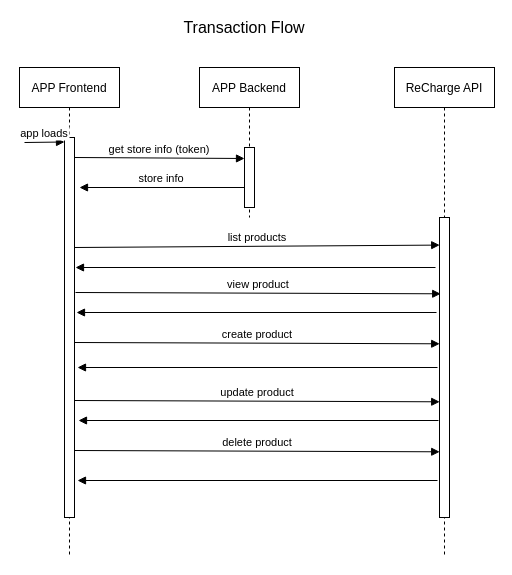
Earlier version of the draw.io diagram PIM Transaction Flow.drawio (alexrsunrise/diagrams). Source tidied: cells renumbered, new cells numbered last; positions are measured from the earlier drawing's top-left corner, leaving out a move shared by most shapes. Both pictures are drawn from the tidied source at 100%, with x=0, y=0 at pixel (19, 17).
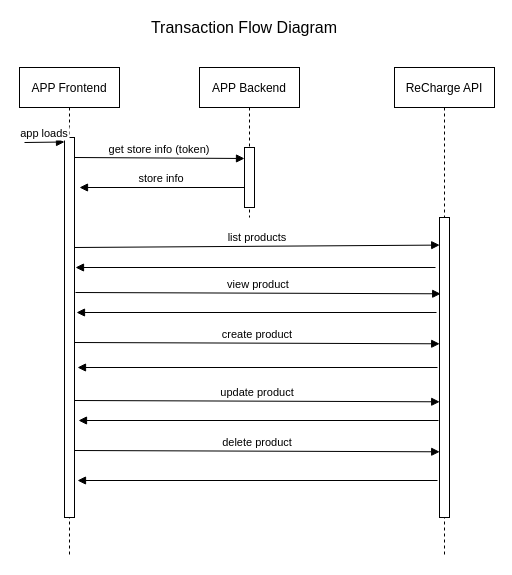
The same page after the edit.

Diff of the diagram source:
```diff
@@
-    <mxCell id="8" value="&lt;font style=&quot;font-size: 16px&quot;&gt;Transaction Flow&lt;/font&gt;" style="text;html=1;strokeColor=none;fillColor=none;align=center;verticalAlign=middle;whiteSpace=wrap;rounded=0;" parent="1" vertex="1">
+    <mxCell id="8" value="&lt;font style=&quot;font-size: 16px&quot;&gt;Transaction Flow Diagram&lt;/font&gt;" style="text;html=1;strokeColor=none;fillColor=none;align=center;verticalAlign=middle;whiteSpace=wrap;rounded=0;" parent="1" vertex="1">
       <mxGeometry x="115" width="220" height="20" as="geometry" />
     </mxCell>
```
